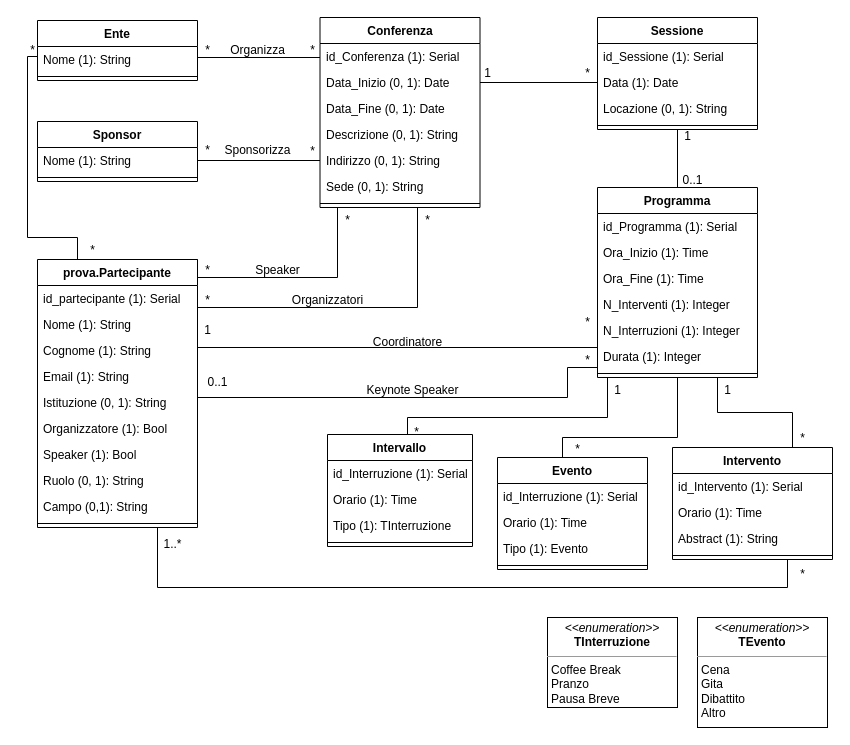
Before: page "DiagrammaRistrutturato" (2 of 3) of UML-DB/Conferenze.drawio in LeoCucurachi/GestioneConferenze, a draw.io diagram. Source tidied: cells renumbered, new cells numbered last; positions are measured from the earlier drawing's top-left corner, leaving out a move shared by most shapes. Both pictures are drawn from the tidied source at 100%, with x=0, y=0 at pixel (17, 17).
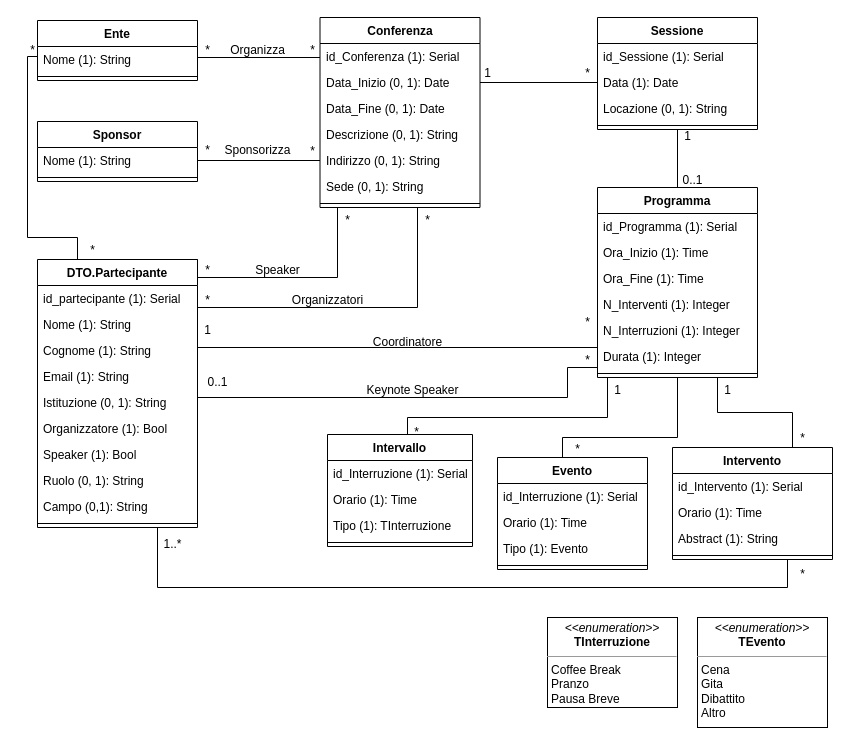
Above is the later version.

Change to the diagram source:
```diff
@@
-    <mxCell id="16" value="prova.Partecipante" style="swimlane;fontStyle=1;align=center;verticalAlign=top;horizontal=1;startSize=26;whiteSpace=wrap;html=1;" parent="1" vertex="1">
+    <mxCell id="16" value="DTO.Partecipante" style="swimlane;fontStyle=1;align=center;verticalAlign=top;horizontal=1;startSize=26;whiteSpace=wrap;html=1;" parent="1" vertex="1">
       <mxGeometry x="20" y="242" width="160" height="268" as="geometry" />
     </mxCell>
```
